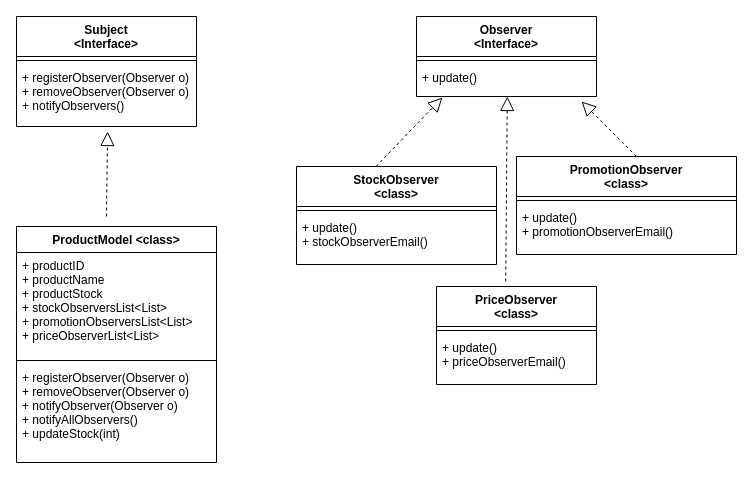
Earlier version of the draw.io diagram ObserverPattern/UML_Diagrams/Untitled Diagram.drawio (adityachaudhari/DesignPatterns). Source tidied: cells renumbered, new cells numbered last; positions are measured from the earlier drawing's top-left corner, leaving out a move shared by most shapes. Both pictures are drawn from the tidied source at 100%, with x=0, y=0 at pixel (16, 16).
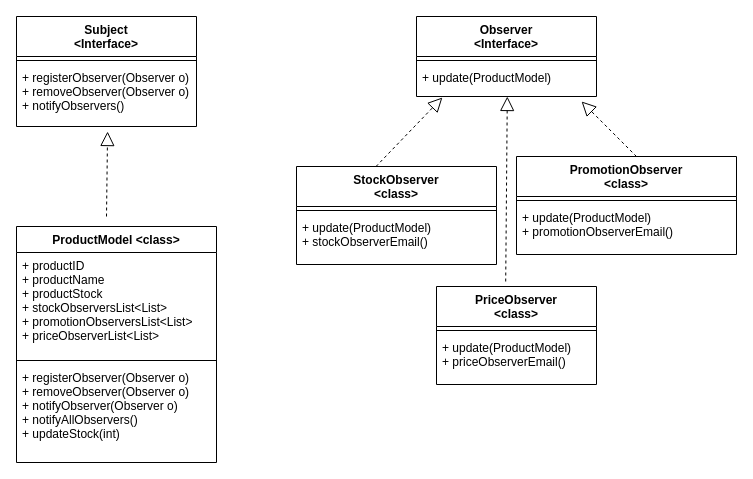
Above is the later version.

The change refers to these unchanged cells:
```xml
<mxCell id="5" value="Observer&#10;&lt;Interface&gt;" style="swimlane;fontStyle=1;align=center;verticalAlign=top;horizontal=1;startSize=40;glass=0;" parent="1" vertex="1">
  <mxGeometry x="400" width="180" height="80" as="geometry" />
</mxCell>
<mxCell id="13" value="StockObserver&#10;&lt;class&gt;" style="swimlane;fontStyle=1;align=center;verticalAlign=top;horizontal=1;startSize=40;glass=0;" parent="1" vertex="1">
  <mxGeometry x="280" y="150" width="200" height="98" as="geometry" />
</mxCell>
<mxCell id="16" value="PriceObserver&#10;&lt;class&gt;" style="swimlane;fontStyle=1;align=center;verticalAlign=top;horizontal=1;startSize=40;glass=0;" parent="1" vertex="1">
  <mxGeometry x="420" y="270" width="160" height="98" as="geometry" />
</mxCell>
<mxCell id="19" value="PromotionObserver&#10;&lt;class&gt;" style="swimlane;fontStyle=1;align=center;verticalAlign=top;horizontal=1;startSize=40;glass=0;" parent="1" vertex="1">
  <mxGeometry x="500" y="140" width="220" height="98" as="geometry" />
</mxCell>
```

Diff of the diagram source:
```diff
@@
-    <mxCell id="7" value="+ update()" style="text;strokeColor=none;fillColor=none;align=left;verticalAlign=top;spacingLeft=4;spacingRight=4;overflow=hidden;points=[[0,0.5],[1,0.5]];portConstraint=eastwest;" parent="5" vertex="1">
+    <mxCell id="7" value="+ update(ProductModel)" style="text;strokeColor=none;fillColor=none;align=left;verticalAlign=top;spacingLeft=4;spacingRight=4;overflow=hidden;points=[[0,0.5],[1,0.5]];portConstraint=eastwest;" parent="5" vertex="1">
       <mxGeometry y="48" width="180" height="32" as="geometry" />
     </mxCell>
@@
-    <mxCell id="15" value="+ update()&#10;+ stockObserverEmail()" style="text;strokeColor=none;fillColor=none;align=left;verticalAlign=top;spacingLeft=4;spacingRight=4;overflow=hidden;" parent="13" vertex="1">
+    <mxCell id="15" value="+ update(ProductModel)&#10;+ stockObserverEmail()" style="text;strokeColor=none;fillColor=none;align=left;verticalAlign=top;spacingLeft=4;spacingRight=4;overflow=hidden;" parent="13" vertex="1">
       <mxGeometry y="48" width="200" height="50" as="geometry" />
     </mxCell>
@@
-    <mxCell id="18" value="+ update()&#10;+ priceObserverEmail()" style="text;strokeColor=none;fillColor=none;align=left;verticalAlign=top;spacingLeft=4;spacingRight=4;overflow=hidden;" parent="16" vertex="1">
+    <mxCell id="18" value="+ update(ProductModel)&#10;+ priceObserverEmail()" style="text;strokeColor=none;fillColor=none;align=left;verticalAlign=top;spacingLeft=4;spacingRight=4;overflow=hidden;" parent="16" vertex="1">
       <mxGeometry y="48" width="160" height="50" as="geometry" />
     </mxCell>
@@
-    <mxCell id="21" value="+ update()&#10;+ promotionObserverEmail()" style="text;strokeColor=none;fillColor=none;align=left;verticalAlign=top;spacingLeft=4;spacingRight=4;overflow=hidden;" parent="19" vertex="1">
+    <mxCell id="21" value="+ update(ProductModel)&#10;+ promotionObserverEmail()" style="text;strokeColor=none;fillColor=none;align=left;verticalAlign=top;spacingLeft=4;spacingRight=4;overflow=hidden;" parent="19" vertex="1">
       <mxGeometry y="48" width="220" height="50" as="geometry" />
     </mxCell>
```
